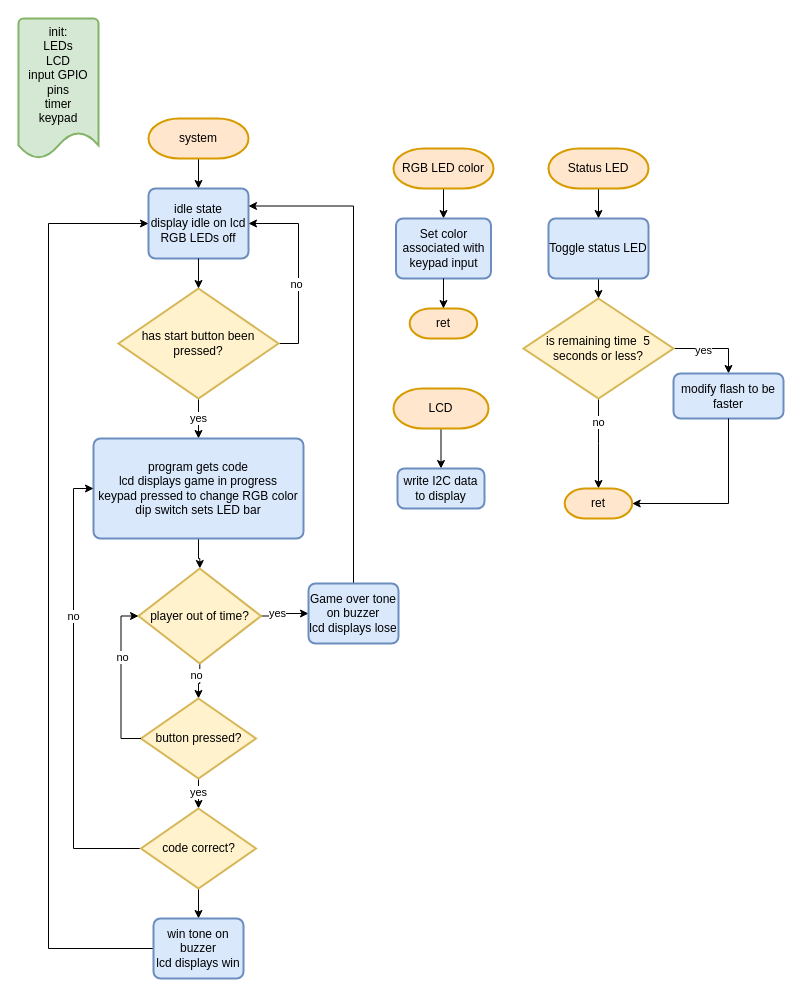
Above: page "flowchart" (2 of 4) of docs/assets/final_project_concept.drawio in msu-eele-465/final-project-rlm2002 (draw.io), before the change. Source tidied: cells renumbered, new cells numbered last; positions are measured from the earlier drawing's top-left corner, leaving out a move shared by most shapes. Both pictures are drawn from the tidied source at 100%, with x=0, y=0 at pixel (18, 18).
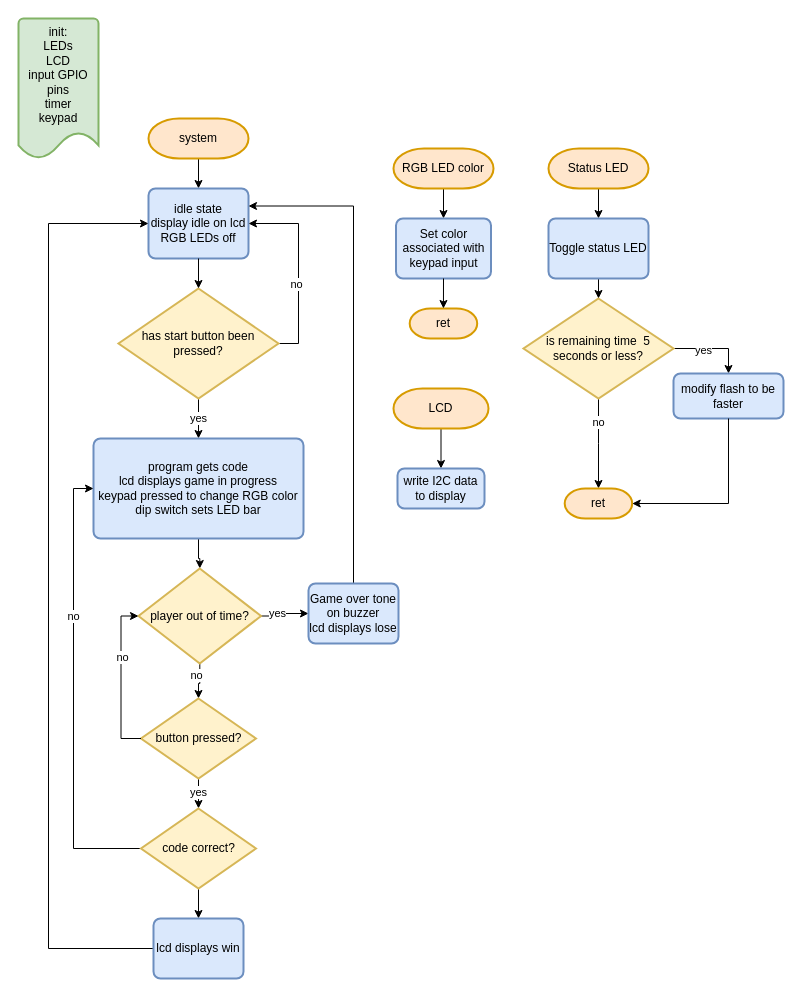
The same page after the edit.

What changed in the source:
```diff
@@
-    <mxCell id="47" value="win tone on buzzer&lt;div&gt;lcd displays win&lt;/div&gt;" style="rounded=1;whiteSpace=wrap;html=1;absoluteArcSize=1;arcSize=14;strokeWidth=2;fillColor=#dae8fc;strokeColor=#6c8ebf;" parent="1" vertex="1">
+    <mxCell id="47" value="&lt;div&gt;lcd displays win&lt;/div&gt;" style="rounded=1;whiteSpace=wrap;html=1;absoluteArcSize=1;arcSize=14;strokeWidth=2;fillColor=#dae8fc;strokeColor=#6c8ebf;" parent="1" vertex="1">
       <mxGeometry x="135" y="900" width="90" height="60" as="geometry" />
     </mxCell>
```
